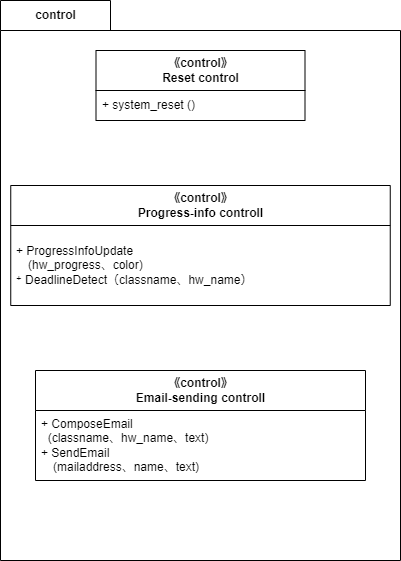
This is 構造図/クラス図/詳細設計/クラス図(control).drawio.png from masaki1234567/psp4, a draw.io export, as it was before one commit. Source tidied: cells renumbered, new cells last; positions are measured from the earlier drawing's top-left corner, leaving out a move shared by most shapes.
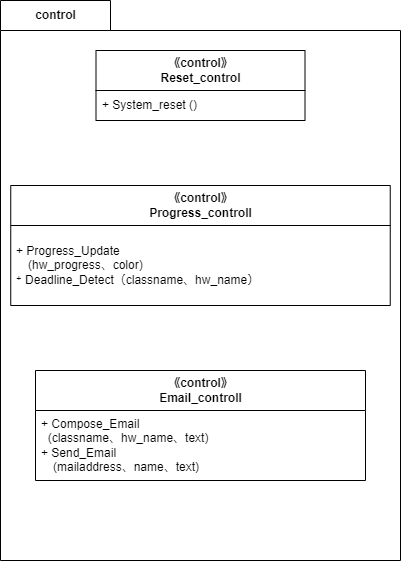
The same diagram one commit later.

The edit, as a diff of the source:
```diff
@@ -10,22 +10,22 @@
         <mxPoint y="30" as="offset" />
       </mxGeometry>
     </mxCell>
-    <mxCell id="4" value="《control》&lt;br&gt;Reset control" style="swimlane;fontStyle=1;align=center;verticalAlign=middle;horizontal=1;startSize=40;html=1;" parent="2" vertex="1">
+    <mxCell id="4" value="《control》&lt;br&gt;Reset_control" style="swimlane;fontStyle=1;align=center;verticalAlign=middle;horizontal=1;startSize=40;html=1;" parent="2" vertex="1">
       <mxGeometry x="95.5" y="50" width="209" height="70" as="geometry" />
     </mxCell>
-    <mxCell id="5" value="+ system_reset ()" style="text;html=1;strokeColor=none;fillColor=none;align=left;verticalAlign=middle;spacingLeft=4;spacingRight=4;overflow=hidden;" parent="4" vertex="1">
+    <mxCell id="5" value="+ System_reset ()" style="text;html=1;strokeColor=none;fillColor=none;align=left;verticalAlign=middle;spacingLeft=4;spacingRight=4;overflow=hidden;" parent="4" vertex="1">
       <mxGeometry y="40" width="209" height="30" as="geometry" />
     </mxCell>
-    <mxCell id="6" value="《control》&lt;br&gt;Email-sending controll" style="swimlane;fontStyle=1;align=center;verticalAlign=middle;horizontal=1;startSize=40;html=1;" parent="2" vertex="1">
+    <mxCell id="6" value="《control》&lt;br&gt;Email_controll" style="swimlane;fontStyle=1;align=center;verticalAlign=middle;horizontal=1;startSize=40;html=1;" parent="2" vertex="1">
       <mxGeometry x="35" y="370" width="330" height="110" as="geometry" />
     </mxCell>
-    <mxCell id="7" value="+ ComposeEmail&lt;br&gt;&amp;nbsp; (classname、hw_name、text)&amp;nbsp;&lt;br&gt;+ SendEmail&lt;br&gt;　(mailaddress、name、text)" style="text;html=1;strokeColor=none;fillColor=none;align=left;verticalAlign=middle;spacingLeft=4;spacingRight=4;overflow=hidden;" parent="6" vertex="1">
+    <mxCell id="7" value="+ Compose_Email&lt;br&gt;&amp;nbsp; (classname、hw_name、text)&amp;nbsp;&lt;br&gt;+ Send_Email&lt;br&gt;　(mailaddress、name、text)" style="text;html=1;strokeColor=none;fillColor=none;align=left;verticalAlign=middle;spacingLeft=4;spacingRight=4;overflow=hidden;" parent="6" vertex="1">
       <mxGeometry y="40" width="330" height="70" as="geometry" />
     </mxCell>
-    <mxCell id="8" value="《control》&lt;br&gt;Progress-info controll" style="swimlane;fontStyle=1;align=center;verticalAlign=middle;horizontal=1;startSize=40;html=1;" parent="1" vertex="1">
+    <mxCell id="8" value="《control》&lt;br&gt;Progress_controll" style="swimlane;fontStyle=1;align=center;verticalAlign=middle;horizontal=1;startSize=40;html=1;" parent="1" vertex="1">
       <mxGeometry x="10.2" y="185" width="379.5" height="120" as="geometry" />
     </mxCell>
-    <mxCell id="9" value="+ ProgressInfoUpdate&lt;br&gt;　(hw_progress、color)&lt;br&gt;⁺ DeadlineDetect（classname、hw_name）" style="text;html=1;strokeColor=none;fillColor=none;align=left;verticalAlign=middle;spacingLeft=4;spacingRight=4;overflow=hidden;" parent="8" vertex="1">
+    <mxCell id="9" value="+ Progress_Update&lt;br&gt;　(hw_progress、color)&lt;br&gt;⁺ Deadline_Detect（classname、hw_name）" style="text;html=1;strokeColor=none;fillColor=none;align=left;verticalAlign=middle;spacingLeft=4;spacingRight=4;overflow=hidden;" parent="8" vertex="1">
       <mxGeometry y="40" width="379.5" height="80" as="geometry" />
     </mxCell>
   </root>
```
